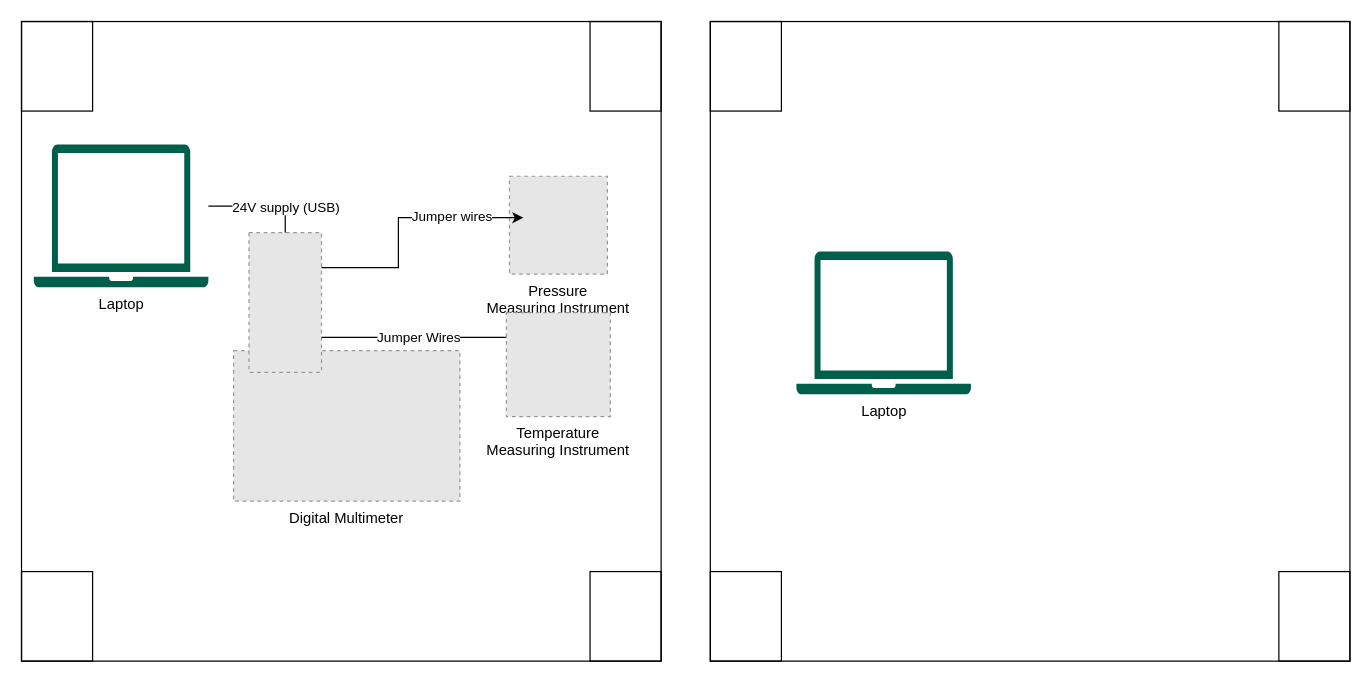
Above: page "Page-1" (1 of 2) of STEM Event Exhibit.drawio in josephmcg16/nel (draw.io), before the change. Source tidied: cells renumbered, new cells numbered last; positions are measured from the earlier drawing's top-left corner, leaving out a move shared by most shapes. Both pictures are drawn from the tidied source at 123%, with x=0, y=0 at pixel (21, 21). Pictures stored in the file or linked from it are replaced by grey dashed boxes.
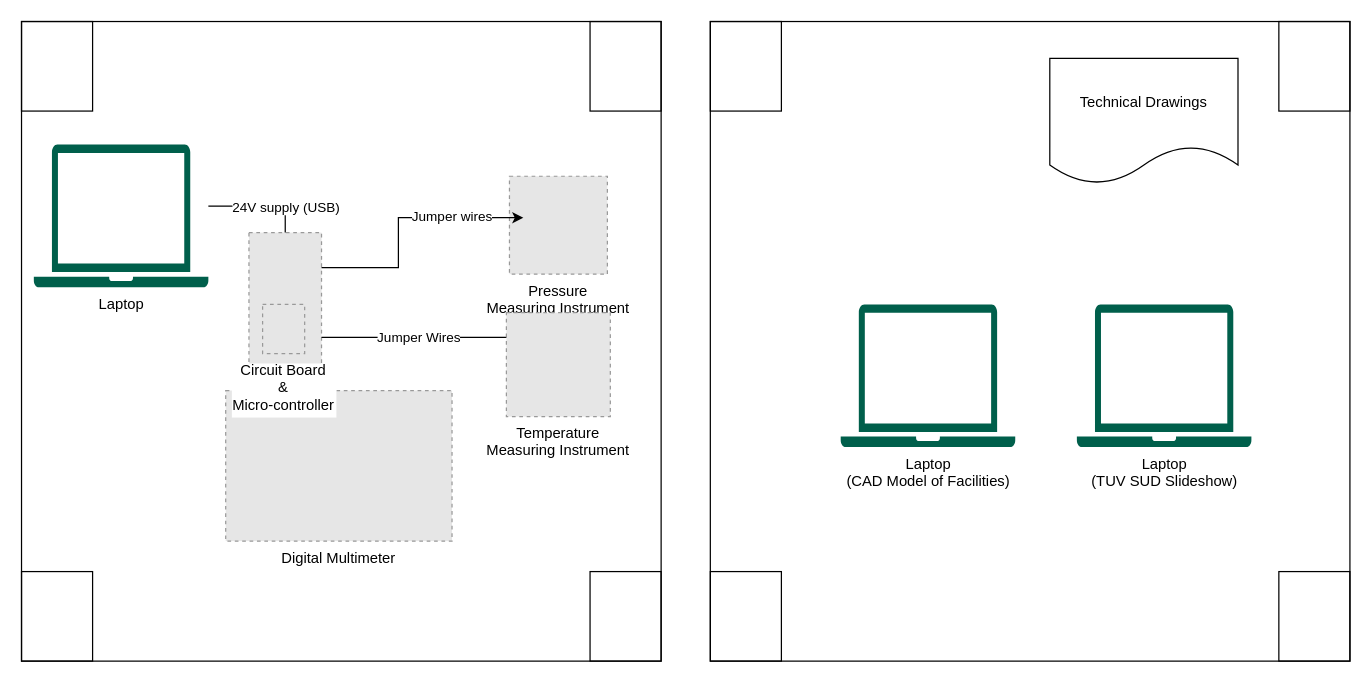
The same diagram, later.

The change refers to these unchanged cells:
```xml
<mxCell id="4" style="group;" parent="1" vertex="1">
  <mxGeometry x="10" y="100" width="468.7" height="290" as="geometry" />
</mxCell>
```

Diff of the diagram source:
```diff
@@
     <mxCell id="5" value="Digital Multimeter" style="fillColor=#E6E6E6;strokeColor=#999999;dashed=1;verticalLabelPosition=bottom;labelBackgroundColor=default;verticalAlign=top;" parent="4" vertex="1">
-      <mxGeometry x="162.4" y="167.6" width="184" height="122.4" as="geometry" />
+      <mxGeometry x="156" y="200" width="184" height="122.4" as="geometry" />
     </mxCell>
@@
+    <mxCell id="17" value="Circuit Board&#10;&amp;&#10;Micro-controller" style="fillColor=#E6E6E6;strokeColor=#999999;dashed=1;verticalLabelPosition=bottom;labelBackgroundColor=default;verticalAlign=top;" parent="4" vertex="1">
+      <mxGeometry x="186" y="130" width="34.2" height="40" as="geometry" />
+    </mxCell>
-    <mxCell id="15" value="Laptop" style="sketch=0;shadow=0;dashed=0;html=1;strokeColor=none;fillColor=#005F4B;labelPosition=center;verticalLabelPosition=bottom;verticalAlign=top;align=center;shape=mxgraph.veeam2.laptop;" parent="1" vertex="1">
-      <mxGeometry x="630" y="187" width="141.9" height="116" as="geometry" />
+    <mxCell id="15" value="Laptop&lt;br&gt;(CAD Model of Facilities)" style="sketch=0;shadow=0;dashed=0;html=1;strokeColor=none;fillColor=#005F4B;labelPosition=center;verticalLabelPosition=bottom;verticalAlign=top;align=center;shape=mxgraph.veeam2.laptop;" parent="1" vertex="1">
+      <mxGeometry x="666" y="230" width="141.9" height="116" as="geometry" />
     </mxCell>
@@
+    <mxCell id="18" value="Laptop&lt;br&gt;(TUV SUD Slideshow)" style="sketch=0;shadow=0;dashed=0;html=1;strokeColor=none;fillColor=#005F4B;labelPosition=center;verticalLabelPosition=bottom;verticalAlign=top;align=center;shape=mxgraph.veeam2.laptop;" parent="1" vertex="1">
+      <mxGeometry x="858" y="230" width="141.9" height="116" as="geometry" />
+    </mxCell>
+    <mxCell id="19" value="Technical Drawings" style="shape=document;whiteSpace=wrap;html=1;boundedLbl=1;" parent="1" vertex="1">
+      <mxGeometry x="836" y="30" width="153" height="102" as="geometry" />
+    </mxCell>
```
